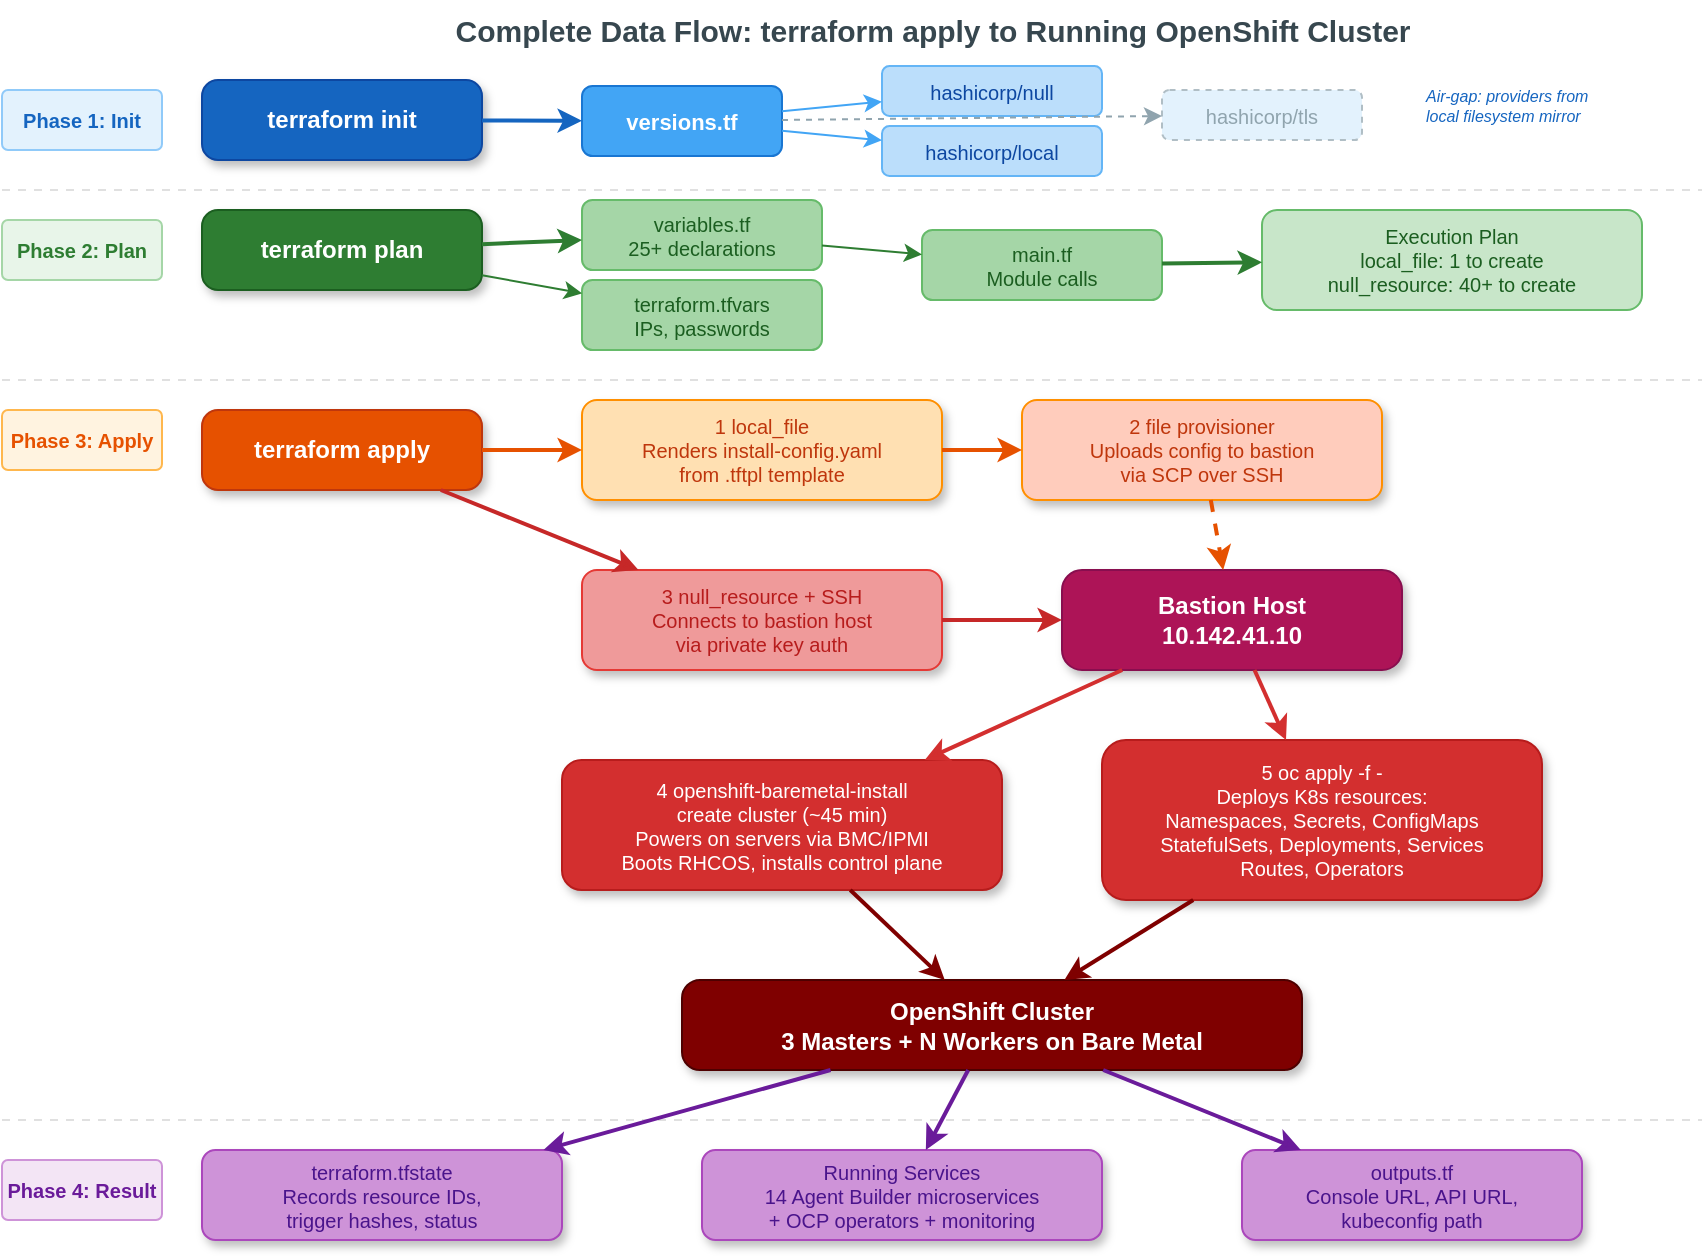
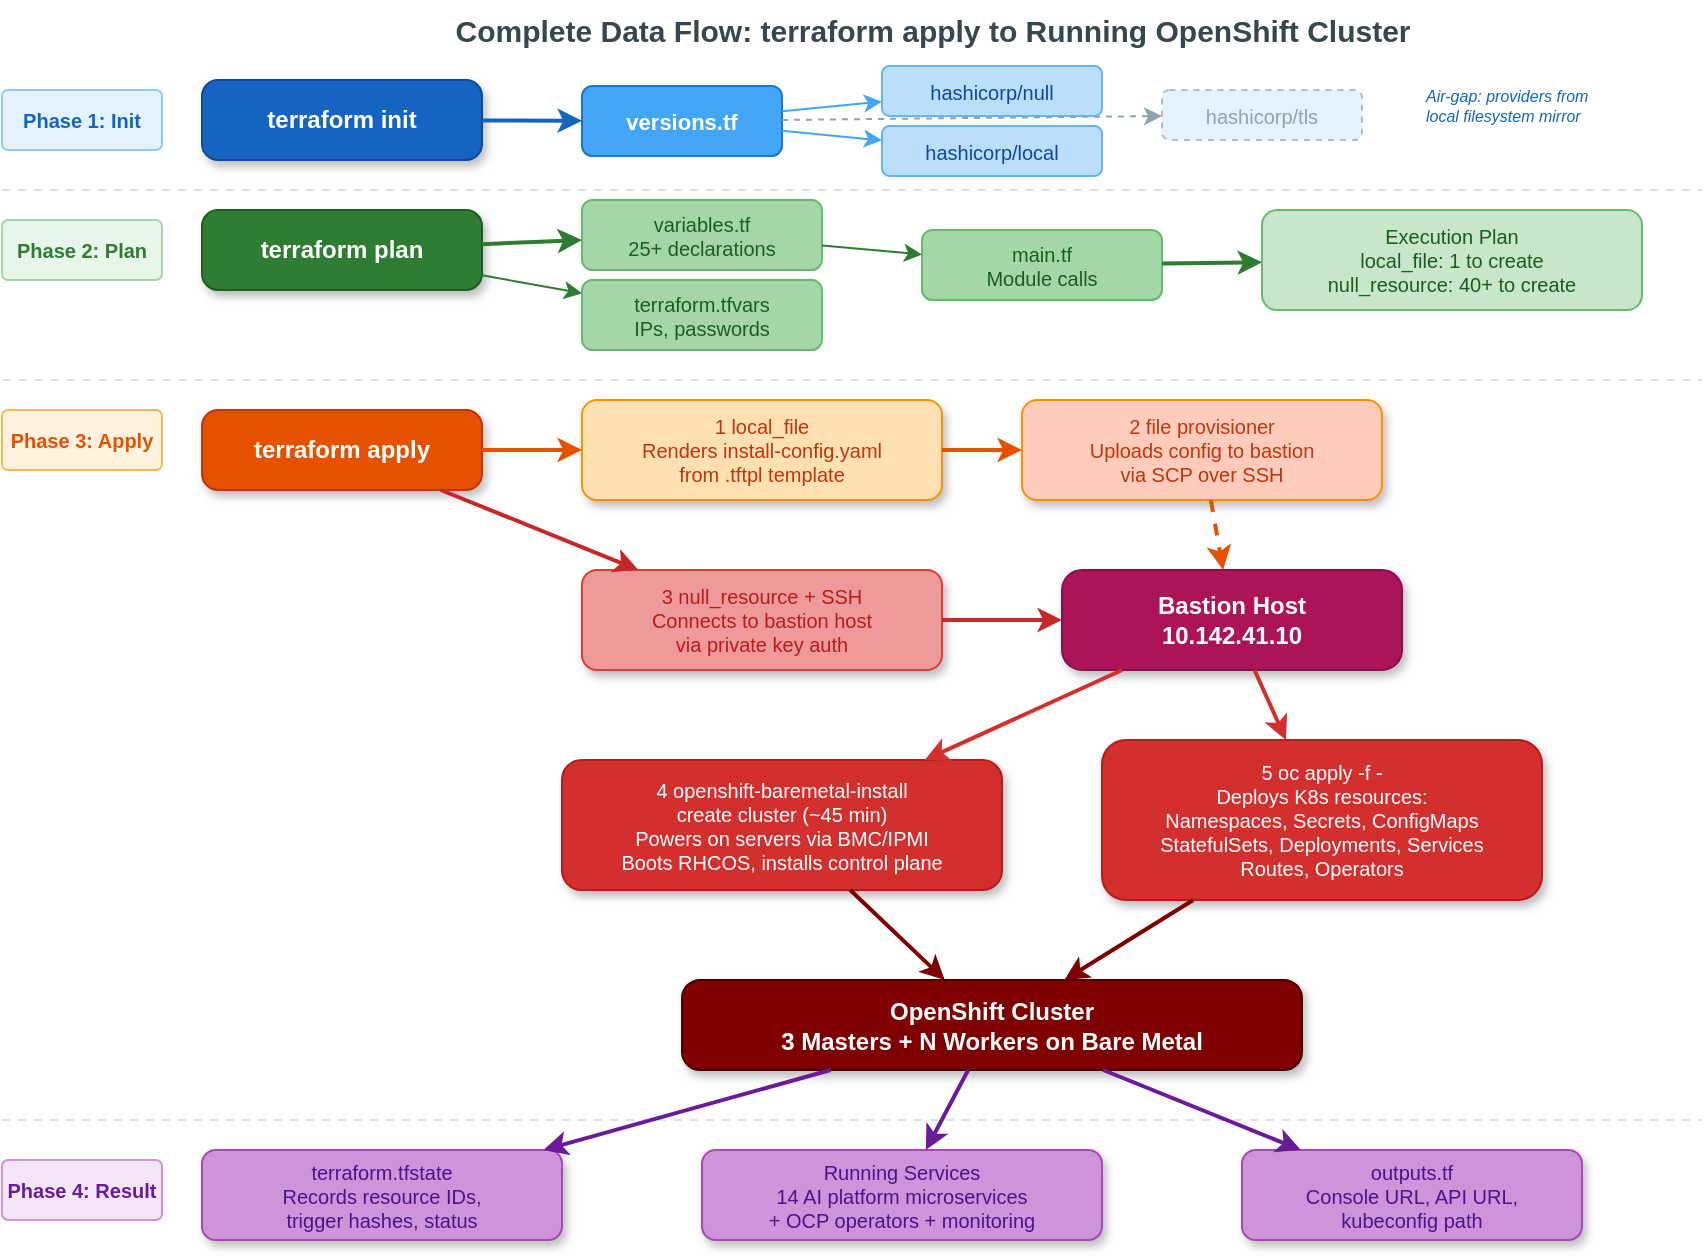
<?xml version="1.0" encoding="UTF-8"?>
<mxfile host="app.diagrams.net" modified="2026-04-22T00:00:00.000Z" agent="GitHub Copilot" version="24.0.0" type="device">
  <diagram id="dataflow" name="Complete Provider Data Flow">
    <mxGraphModel dx="1300" dy="850" grid="1" gridSize="10" guides="1" tooltips="1" connect="1" arrows="1" fold="1" page="1" pageScale="1" pageWidth="1050" pageHeight="750" math="0" shadow="0">
      <root>
        <mxCell id="0"/>
        <mxCell id="1" parent="0"/>
        <mxCell id="title" value="Complete Data Flow: terraform apply to Running OpenShift Cluster" style="text;html=1;align=center;verticalAlign=middle;strokeColor=none;fillColor=none;fontColor=#37474F;fontSize=15;fontStyle=1;" vertex="1" parent="1">
          <mxGeometry x="200" y="10" width="550" height="30" as="geometry"/>
        </mxCell>
        <mxCell id="ph1" value="Phase 1: Init" style="rounded=1;whiteSpace=wrap;html=1;fillColor=#E3F2FD;fontColor=#1565C0;strokeColor=#90CAF9;fontSize=10;fontStyle=1;arcSize=10;" vertex="1" parent="1">
          <mxGeometry x="10" y="55" width="80" height="30" as="geometry"/>
        </mxCell>
        <mxCell id="tf_init" value="terraform init" style="rounded=1;whiteSpace=wrap;html=1;fillColor=#1565C0;fontColor=#FFFFFF;strokeColor=#0D47A1;fontSize=12;fontStyle=1;arcSize=20;shadow=1;" vertex="1" parent="1">
          <mxGeometry x="110" y="50" width="140" height="40" as="geometry"/>
        </mxCell>
        <mxCell id="vtf" value="versions.tf" style="rounded=1;whiteSpace=wrap;html=1;fillColor=#42A5F5;fontColor=#FFFFFF;strokeColor=#1976D2;fontSize=11;fontStyle=1;arcSize=15;" vertex="1" parent="1">
          <mxGeometry x="300" y="53" width="100" height="35" as="geometry"/>
        </mxCell>
        <mxCell id="dl_null" value="hashicorp/null" style="rounded=1;whiteSpace=wrap;html=1;fillColor=#BBDEFB;fontColor=#0D47A1;strokeColor=#64B5F6;fontSize=10;arcSize=15;" vertex="1" parent="1">
          <mxGeometry x="450" y="43" width="110" height="25" as="geometry"/>
        </mxCell>
        <mxCell id="dl_local" value="hashicorp/local" style="rounded=1;whiteSpace=wrap;html=1;fillColor=#BBDEFB;fontColor=#0D47A1;strokeColor=#64B5F6;fontSize=10;arcSize=15;" vertex="1" parent="1">
          <mxGeometry x="450" y="73" width="110" height="25" as="geometry"/>
        </mxCell>
        <mxCell id="dl_tls" value="hashicorp/tls" style="rounded=1;whiteSpace=wrap;html=1;fillColor=#E3F2FD;fontColor=#90A4AE;strokeColor=#B0BEC5;fontSize=10;arcSize=15;dashed=1;" vertex="1" parent="1">
          <mxGeometry x="590" y="55" width="100" height="25" as="geometry"/>
        </mxCell>
        <mxCell id="mirror_note" value="Air-gap: providers from&#xa;local filesystem mirror" style="text;html=1;align=left;verticalAlign=middle;strokeColor=none;fillColor=none;fontSize=8;fontColor=#1565C0;fontStyle=2;" vertex="1" parent="1">
          <mxGeometry x="720" y="50" width="130" height="25" as="geometry"/>
        </mxCell>
        <mxCell id="e_init1" style="rounded=1;strokeColor=#1565C0;strokeWidth=2;" edge="1" source="tf_init" target="vtf" parent="1">
          <mxGeometry relative="1" as="geometry"/>
        </mxCell>
        <mxCell id="e_init2" style="rounded=1;strokeColor=#42A5F5;strokeWidth=1;" edge="1" source="vtf" target="dl_null" parent="1">
          <mxGeometry relative="1" as="geometry"/>
        </mxCell>
        <mxCell id="e_init3" style="rounded=1;strokeColor=#42A5F5;strokeWidth=1;" edge="1" source="vtf" target="dl_local" parent="1">
          <mxGeometry relative="1" as="geometry"/>
        </mxCell>
        <mxCell id="e_init4" style="rounded=1;strokeColor=#90A4AE;strokeWidth=1;dashed=1;" edge="1" source="vtf" target="dl_tls" parent="1">
          <mxGeometry relative="1" as="geometry"/>
        </mxCell>
        <mxCell id="sep1" style="endArrow=none;dashed=1;html=1;dashPattern=4 4;strokeWidth=1;strokeColor=#E0E0E0;" edge="1" parent="1">
          <mxGeometry relative="1" as="geometry">
            <mxPoint x="10" y="105" as="sourcePoint"/>
            <mxPoint x="860" y="105" as="targetPoint"/>
          </mxGeometry>
        </mxCell>
        <mxCell id="ph2" value="Phase 2: Plan" style="rounded=1;whiteSpace=wrap;html=1;fillColor=#E8F5E9;fontColor=#2E7D32;strokeColor=#A5D6A7;fontSize=10;fontStyle=1;arcSize=10;" vertex="1" parent="1">
          <mxGeometry x="10" y="120" width="80" height="30" as="geometry"/>
        </mxCell>
        <mxCell id="tf_plan" value="terraform plan" style="rounded=1;whiteSpace=wrap;html=1;fillColor=#2E7D32;fontColor=#FFFFFF;strokeColor=#1B5E20;fontSize=12;fontStyle=1;arcSize=20;shadow=1;" vertex="1" parent="1">
          <mxGeometry x="110" y="115" width="140" height="40" as="geometry"/>
        </mxCell>
        <mxCell id="plan_vars" value="variables.tf&#xa;25+ declarations" style="rounded=1;whiteSpace=wrap;html=1;fillColor=#A5D6A7;fontColor=#1B5E20;strokeColor=#66BB6A;fontSize=10;arcSize=15;" vertex="1" parent="1">
          <mxGeometry x="300" y="110" width="120" height="35" as="geometry"/>
        </mxCell>
        <mxCell id="plan_tfvars" value="terraform.tfvars&#xa;IPs, passwords" style="rounded=1;whiteSpace=wrap;html=1;fillColor=#A5D6A7;fontColor=#1B5E20;strokeColor=#66BB6A;fontSize=10;arcSize=15;" vertex="1" parent="1">
          <mxGeometry x="300" y="150" width="120" height="35" as="geometry"/>
        </mxCell>
        <mxCell id="plan_main" value="main.tf&#xa;Module calls" style="rounded=1;whiteSpace=wrap;html=1;fillColor=#A5D6A7;fontColor=#1B5E20;strokeColor=#66BB6A;fontSize=10;arcSize=15;" vertex="1" parent="1">
          <mxGeometry x="470" y="125" width="120" height="35" as="geometry"/>
        </mxCell>
        <mxCell id="plan_result" value="Execution Plan&#xa;local_file: 1 to create&#xa;null_resource: 40+ to create" style="rounded=1;whiteSpace=wrap;html=1;fillColor=#C8E6C9;fontColor=#1B5E20;strokeColor=#66BB6A;fontSize=10;arcSize=15;" vertex="1" parent="1">
          <mxGeometry x="640" y="115" width="190" height="50" as="geometry"/>
        </mxCell>
        <mxCell id="e_plan1" style="rounded=1;strokeColor=#2E7D32;strokeWidth=2;" edge="1" source="tf_plan" target="plan_vars" parent="1">
          <mxGeometry relative="1" as="geometry"/>
        </mxCell>
        <mxCell id="e_plan1b" style="rounded=1;strokeColor=#2E7D32;strokeWidth=1;" edge="1" source="tf_plan" target="plan_tfvars" parent="1">
          <mxGeometry relative="1" as="geometry"/>
        </mxCell>
        <mxCell id="e_plan2" style="rounded=1;strokeColor=#2E7D32;strokeWidth=1;" edge="1" source="plan_vars" target="plan_main" parent="1">
          <mxGeometry relative="1" as="geometry"/>
        </mxCell>
        <mxCell id="e_plan3" style="rounded=1;strokeColor=#2E7D32;strokeWidth=2;" edge="1" source="plan_main" target="plan_result" parent="1">
          <mxGeometry relative="1" as="geometry"/>
        </mxCell>
        <mxCell id="sep2" style="endArrow=none;dashed=1;html=1;dashPattern=4 4;strokeWidth=1;strokeColor=#E0E0E0;" edge="1" parent="1">
          <mxGeometry relative="1" as="geometry">
            <mxPoint x="10" y="200" as="sourcePoint"/>
            <mxPoint x="860" y="200" as="targetPoint"/>
          </mxGeometry>
        </mxCell>
        <mxCell id="ph3" value="Phase 3: Apply" style="rounded=1;whiteSpace=wrap;html=1;fillColor=#FFF3E0;fontColor=#E65100;strokeColor=#FFB74D;fontSize=10;fontStyle=1;arcSize=10;" vertex="1" parent="1">
          <mxGeometry x="10" y="215" width="80" height="30" as="geometry"/>
        </mxCell>
        <mxCell id="tf_apply" value="terraform apply" style="rounded=1;whiteSpace=wrap;html=1;fillColor=#E65100;fontColor=#FFFFFF;strokeColor=#BF360C;fontSize=12;fontStyle=1;arcSize=20;shadow=1;" vertex="1" parent="1">
          <mxGeometry x="110" y="215" width="140" height="40" as="geometry"/>
        </mxCell>
        <mxCell id="a_lf" value="1  local_file&#xa;Renders install-config.yaml&#xa;from .tftpl template" style="rounded=1;whiteSpace=wrap;html=1;fillColor=#FFE0B2;fontColor=#BF360C;strokeColor=#FF8F00;fontSize=10;fontStyle=0;arcSize=15;shadow=1;" vertex="1" parent="1">
          <mxGeometry x="300" y="210" width="180" height="50" as="geometry"/>
        </mxCell>
        <mxCell id="a_upload" value="2  file provisioner&#xa;Uploads config to bastion&#xa;via SCP over SSH" style="rounded=1;whiteSpace=wrap;html=1;fillColor=#FFCCBC;fontColor=#BF360C;strokeColor=#FF8F00;fontSize=10;arcSize=15;shadow=1;" vertex="1" parent="1">
          <mxGeometry x="520" y="210" width="180" height="50" as="geometry"/>
        </mxCell>
        <mxCell id="a_ssh" value="3  null_resource + SSH&#xa;Connects to bastion host&#xa;via private key auth" style="rounded=1;whiteSpace=wrap;html=1;fillColor=#EF9A9A;fontColor=#B71C1C;strokeColor=#E53935;fontSize=10;arcSize=15;shadow=1;" vertex="1" parent="1">
          <mxGeometry x="300" y="295" width="180" height="50" as="geometry"/>
        </mxCell>
        <mxCell id="a_bastion" value="Bastion Host&#xa;10.142.41.10" style="rounded=1;whiteSpace=wrap;html=1;fillColor=#AD1457;fontColor=#FFFFFF;strokeColor=#880E4F;fontSize=12;fontStyle=1;arcSize=20;shadow=1;" vertex="1" parent="1">
          <mxGeometry x="540" y="295" width="170" height="50" as="geometry"/>
        </mxCell>
        <mxCell id="a_install" value="4  openshift-baremetal-install&#xa;create cluster (~45 min)&#xa;Powers on servers via BMC/IPMI&#xa;Boots RHCOS, installs control plane" style="rounded=1;whiteSpace=wrap;html=1;fillColor=#D32F2F;fontColor=#FFFFFF;strokeColor=#B71C1C;fontSize=10;arcSize=15;shadow=1;" vertex="1" parent="1">
          <mxGeometry x="290" y="390" width="220" height="65" as="geometry"/>
        </mxCell>
        <mxCell id="a_oc" value="5  oc apply -f -&#xa;Deploys K8s resources:&#xa;Namespaces, Secrets, ConfigMaps&#xa;StatefulSets, Deployments, Services&#xa;Routes, Operators" style="rounded=1;whiteSpace=wrap;html=1;fillColor=#D32F2F;fontColor=#FFFFFF;strokeColor=#B71C1C;fontSize=10;arcSize=15;shadow=1;" vertex="1" parent="1">
          <mxGeometry x="560" y="380" width="220" height="80" as="geometry"/>
        </mxCell>
        <mxCell id="a_cluster" value="OpenShift Cluster&#xa;3 Masters + N Workers on Bare Metal" style="rounded=1;whiteSpace=wrap;html=1;fillColor=#7F0000;fontColor=#FFFFFF;strokeColor=#4E0000;fontSize=12;fontStyle=1;arcSize=20;shadow=1;" vertex="1" parent="1">
          <mxGeometry x="350" y="500" width="310" height="45" as="geometry"/>
        </mxCell>
        <mxCell id="ea1" style="rounded=1;strokeColor=#E65100;strokeWidth=2;" edge="1" source="tf_apply" target="a_lf" parent="1">
          <mxGeometry relative="1" as="geometry"/>
        </mxCell>
        <mxCell id="ea2" style="rounded=1;strokeColor=#E65100;strokeWidth=2;" edge="1" source="a_lf" target="a_upload" parent="1">
          <mxGeometry relative="1" as="geometry"/>
        </mxCell>
        <mxCell id="ea3" style="rounded=1;strokeColor=#C62828;strokeWidth=2;" edge="1" source="tf_apply" target="a_ssh" parent="1">
          <mxGeometry relative="1" as="geometry"/>
        </mxCell>
        <mxCell id="ea4" style="rounded=1;strokeColor=#C62828;strokeWidth=2;" edge="1" source="a_ssh" target="a_bastion" parent="1">
          <mxGeometry relative="1" as="geometry"/>
        </mxCell>
        <mxCell id="ea4b" style="rounded=1;strokeColor=#E65100;strokeWidth=2;dashed=1;" edge="1" source="a_upload" target="a_bastion" parent="1">
          <mxGeometry relative="1" as="geometry"/>
        </mxCell>
        <mxCell id="ea5" style="rounded=1;strokeColor=#D32F2F;strokeWidth=2;" edge="1" source="a_bastion" target="a_install" parent="1">
          <mxGeometry relative="1" as="geometry"/>
        </mxCell>
        <mxCell id="ea6" style="rounded=1;strokeColor=#D32F2F;strokeWidth=2;" edge="1" source="a_bastion" target="a_oc" parent="1">
          <mxGeometry relative="1" as="geometry"/>
        </mxCell>
        <mxCell id="ea7" style="rounded=1;strokeColor=#7F0000;strokeWidth=2;" edge="1" source="a_install" target="a_cluster" parent="1">
          <mxGeometry relative="1" as="geometry"/>
        </mxCell>
        <mxCell id="ea8" style="rounded=1;strokeColor=#7F0000;strokeWidth=2;" edge="1" source="a_oc" target="a_cluster" parent="1">
          <mxGeometry relative="1" as="geometry"/>
        </mxCell>
        <mxCell id="sep3" style="endArrow=none;dashed=1;html=1;dashPattern=4 4;strokeWidth=1;strokeColor=#E0E0E0;" edge="1" parent="1">
          <mxGeometry relative="1" as="geometry">
            <mxPoint x="10" y="570" as="sourcePoint"/>
            <mxPoint x="860" y="570" as="targetPoint"/>
          </mxGeometry>
        </mxCell>
        <mxCell id="ph4" value="Phase 4: Result" style="rounded=1;whiteSpace=wrap;html=1;fillColor=#F3E5F5;fontColor=#6A1B9A;strokeColor=#CE93D8;fontSize=10;fontStyle=1;arcSize=10;" vertex="1" parent="1">
          <mxGeometry x="10" y="590" width="80" height="30" as="geometry"/>
        </mxCell>
        <mxCell id="a_state" value="terraform.tfstate&#xa;Records resource IDs,&#xa;trigger hashes, status" style="rounded=1;whiteSpace=wrap;html=1;fillColor=#CE93D8;fontColor=#4A148C;strokeColor=#AB47BC;fontSize=10;arcSize=15;shadow=1;" vertex="1" parent="1">
          <mxGeometry x="110" y="585" width="180" height="45" as="geometry"/>
        </mxCell>
-         <mxCell id="a_running" value="Running Services&#xa;14 Agent Builder microservices&#xa;+ OCP operators + monitoring" style="rounded=1;whiteSpace=wrap;html=1;fillColor=#CE93D8;fontColor=#4A148C;strokeColor=#AB47BC;fontSize=10;arcSize=15;shadow=1;" vertex="1" parent="1">
+         <mxCell id="a_running" value="Running Services&#xa;14 AI platform microservices&#xa;+ OCP operators + monitoring" style="rounded=1;whiteSpace=wrap;html=1;fillColor=#CE93D8;fontColor=#4A148C;strokeColor=#AB47BC;fontSize=10;arcSize=15;shadow=1;" vertex="1" parent="1">
          <mxGeometry x="360" y="585" width="200" height="45" as="geometry"/>
        </mxCell>
        <mxCell id="a_outputs" value="outputs.tf&#xa;Console URL, API URL,&#xa;kubeconfig path" style="rounded=1;whiteSpace=wrap;html=1;fillColor=#CE93D8;fontColor=#4A148C;strokeColor=#AB47BC;fontSize=10;arcSize=15;shadow=1;" vertex="1" parent="1">
          <mxGeometry x="630" y="585" width="170" height="45" as="geometry"/>
        </mxCell>
        <mxCell id="ea9" style="rounded=1;strokeColor=#6A1B9A;strokeWidth=2;" edge="1" source="a_cluster" target="a_state" parent="1">
          <mxGeometry relative="1" as="geometry"/>
        </mxCell>
        <mxCell id="ea10" style="rounded=1;strokeColor=#6A1B9A;strokeWidth=2;" edge="1" source="a_cluster" target="a_running" parent="1">
          <mxGeometry relative="1" as="geometry"/>
        </mxCell>
        <mxCell id="ea11" style="rounded=1;strokeColor=#6A1B9A;strokeWidth=2;" edge="1" source="a_cluster" target="a_outputs" parent="1">
          <mxGeometry relative="1" as="geometry"/>
        </mxCell>
      </root>
    </mxGraphModel>
  </diagram>
</mxfile>
